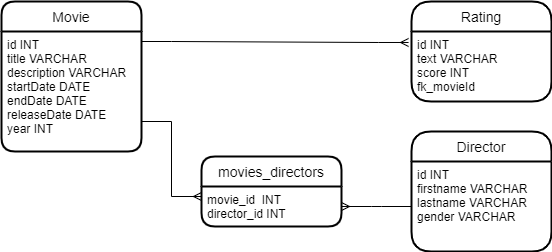
Before: uml_diagrams/database_diagram.png, a diagram exported from draw.io (miteply/movieCatalogue). Source tidied: cells renumbered, new cells last; positions are measured from the earlier drawing's top-left corner, leaving out a move shared by most shapes.
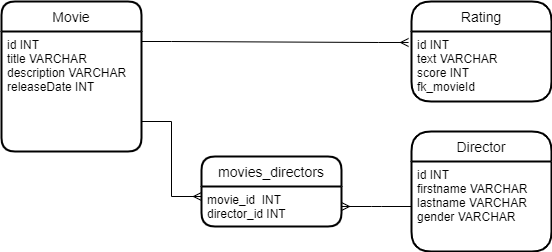
After the commit.

Commit message:
updated database diagram

What changed in the source:
```diff
@@ -5,7 +5,7 @@
     <mxCell id="2" value="Movie" style="swimlane;horizontal=1;startSize=30;rounded=1;fontSize=14;fontStyle=0;strokeWidth=2;shadow=0;dashed=0;align=center;" parent="1" vertex="1">
       <mxGeometry width="140" height="150" as="geometry" />
     </mxCell>
-    <mxCell id="3" value="id INT&#10;title VARCHAR&#10;description VARCHAR&#10;startDate DATE&#10;endDate DATE&#10;releaseDate DATE&#10;year INT&#10;" style="align=left;strokeColor=none;fillColor=none;spacingLeft=4;fontSize=12;verticalAlign=top;" parent="2" vertex="1">
+    <mxCell id="3" value="id INT&#10;title VARCHAR&#10;description VARCHAR&#10;releaseDate INT&#10;&#10;" style="align=left;strokeColor=none;fillColor=none;spacingLeft=4;fontSize=12;verticalAlign=top;" parent="2" vertex="1">
       <mxGeometry y="30" width="140" height="120" as="geometry" />
     </mxCell>
     <mxCell id="4" value="Director" style="swimlane;horizontal=1;startSize=30;rounded=1;fontSize=14;fontStyle=0;strokeWidth=2;shadow=0;dashed=0;align=center;arcSize=22;" parent="1" vertex="1">
```
